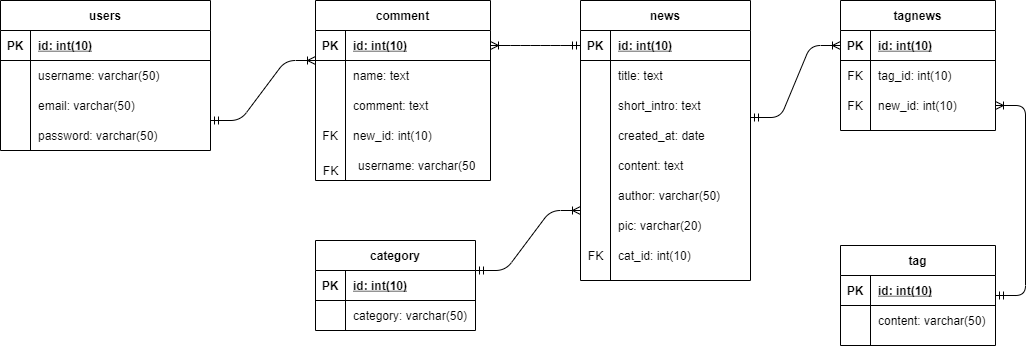
The draw.io diagram Worldnews.png in IWS-Spring-2021/Worldnews, before a commit. Source tidied: cells renumbered, new cells last; positions are measured from the earlier drawing's top-left corner, leaving out a move shared by most shapes.
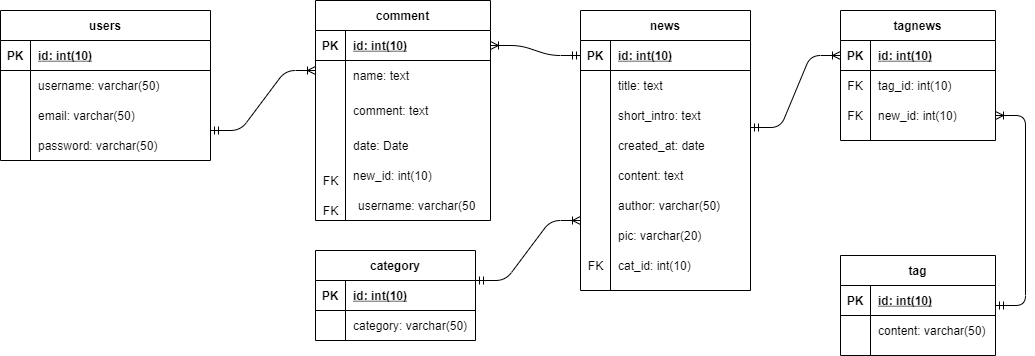
After the commit.

Commit message:
add date to erd

Change to the diagram source:
```diff
@@ -3,7 +3,7 @@
     <mxCell id="0" />
     <mxCell id="1" parent="0" />
     <mxCell id="2" value="comment" style="shape=table;startSize=30;rowLines=0;fontStyle=1;align=center;" parent="1" vertex="1">
-      <mxGeometry x="315" width="175" height="180" as="geometry" />
+      <mxGeometry x="315" y="-10" width="175" height="220" as="geometry" />
     </mxCell>
     <mxCell id="3" style="shape=partialRectangle;fillColor=none;top=0;left=0;bottom=1;right=0;points=[[0,0.5],[1,0.5]];portConstraint=eastwest;" parent="2" vertex="1">
       <mxGeometry y="30" width="175" height="30" as="geometry" />
@@ -24,21 +24,21 @@
       <mxGeometry x="30" width="145" height="30" as="geometry" />
     </mxCell>
     <mxCell id="9" style="shape=partialRectangle;fillColor=none;top=0;left=0;bottom=0;right=0;" parent="2" vertex="1">
-      <mxGeometry y="90" width="175" height="30" as="geometry" />
+      <mxGeometry y="90" width="175" height="40" as="geometry" />
     </mxCell>
     <mxCell id="10" style="shape=partialRectangle;fillColor=none;top=0;left=0;bottom=0;right=0;overflow=hidden;" parent="9" vertex="1">
-      <mxGeometry width="30" height="30" as="geometry" />
+      <mxGeometry width="30" height="40" as="geometry" />
     </mxCell>
     <mxCell id="11" value="comment: text" style="shape=partialRectangle;fillColor=none;top=0;left=0;bottom=0;right=0;align=left;spacingLeft=6;overflow=hidden;" parent="9" vertex="1">
-      <mxGeometry x="30" width="145" height="30" as="geometry" />
+      <mxGeometry x="30" width="145" height="40" as="geometry" />
     </mxCell>
     <mxCell id="12" style="shape=partialRectangle;fillColor=none;top=0;left=0;bottom=0;right=0;" parent="2" vertex="1">
-      <mxGeometry y="120" width="175" height="30" as="geometry" />
+      <mxGeometry y="130" width="175" height="30" as="geometry" />
     </mxCell>
-    <mxCell id="13" value="FK" style="shape=partialRectangle;fillColor=none;top=0;left=0;bottom=0;right=0;overflow=hidden;" parent="12" vertex="1">
+    <mxCell id="13" style="shape=partialRectangle;fillColor=none;top=0;left=0;bottom=0;right=0;overflow=hidden;" parent="12" vertex="1">
       <mxGeometry width="30" height="30" as="geometry" />
     </mxCell>
-    <mxCell id="14" value="new_id: int(10)" style="shape=partialRectangle;fillColor=none;top=0;left=0;bottom=0;right=0;align=left;spacingLeft=6;overflow=hidden;" parent="12" vertex="1">
+    <mxCell id="14" value="date: Date" style="shape=partialRectangle;fillColor=none;top=0;left=0;bottom=0;right=0;align=left;spacingLeft=6;overflow=hidden;" parent="12" vertex="1">
       <mxGeometry x="30" width="145" height="30" as="geometry" />
     </mxCell>
     <mxCell id="15" value="news" style="shape=table;startSize=30;rowLines=0;fontStyle=1;align=center;" parent="1" vertex="1">
@@ -228,10 +228,10 @@
       <mxGeometry x="30" width="160" height="30" as="geometry" />
     </mxCell>
     <mxCell id="75" value="username: varchar(50)" style="shape=partialRectangle;fillColor=none;top=0;left=0;bottom=0;right=0;align=left;spacingLeft=6;overflow=hidden;" parent="1" vertex="1">
-      <mxGeometry x="350" y="150" width="125" height="30" as="geometry" />
+      <mxGeometry x="350" y="180" width="125" height="30" as="geometry" />
     </mxCell>
     <mxCell id="76" value="FK" style="text;html=1;align=center;verticalAlign=middle;strokeColor=none;" parent="1" vertex="1">
-      <mxGeometry x="315" y="160" width="30" height="20" as="geometry" />
+      <mxGeometry x="315" y="190" width="30" height="20" as="geometry" />
     </mxCell>
     <mxCell id="77" style="edgeStyle=entityRelationEdgeStyle;fontSize=12;html=1;endArrow=ERoneToMany;startArrow=ERmandOne;" parent="1" edge="1">
       <mxGeometry relative="1" as="geometry">
@@ -239,5 +239,11 @@
         <mxPoint x="840" y="45" as="targetPoint" />
       </mxGeometry>
     </mxCell>
+    <mxCell id="78" value="new_id: int(10)" style="shape=partialRectangle;fillColor=none;top=0;left=0;bottom=0;right=0;align=left;spacingLeft=6;overflow=hidden;" parent="1" vertex="1">
+      <mxGeometry x="345" y="150" width="145" height="30" as="geometry" />
+    </mxCell>
+    <mxCell id="79" value="FK" style="text;html=1;align=center;verticalAlign=middle;strokeColor=none;" parent="1" vertex="1">
+      <mxGeometry x="315" y="160" width="30" height="20" as="geometry" />
+    </mxCell>
   </root>
 </mxGraphModel>
```
